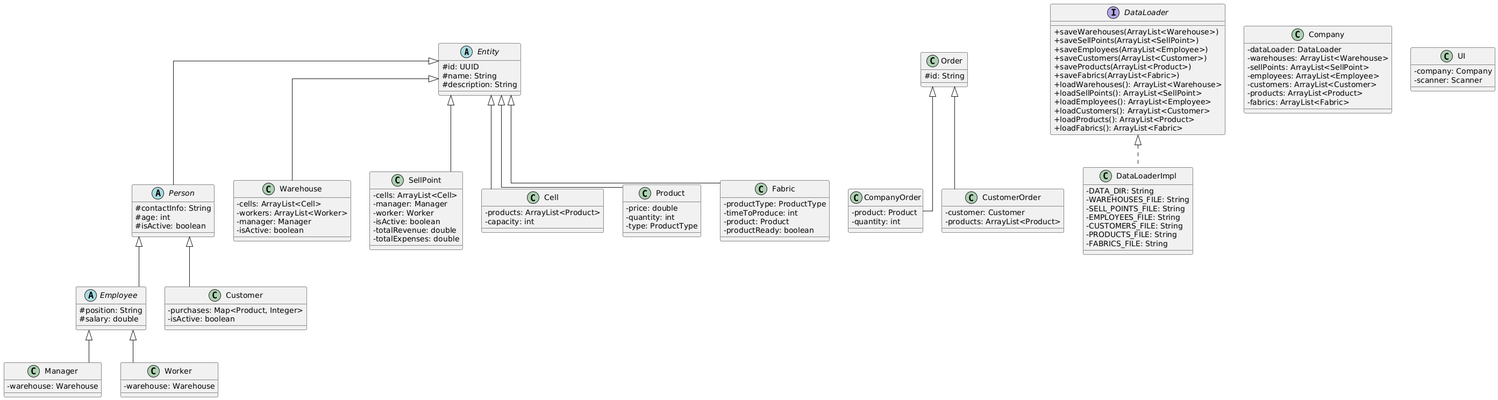
Earlier version of the PlantUML export misc/hierarchy.png (LebGes-classes/second-project-pochtiTolstoy).
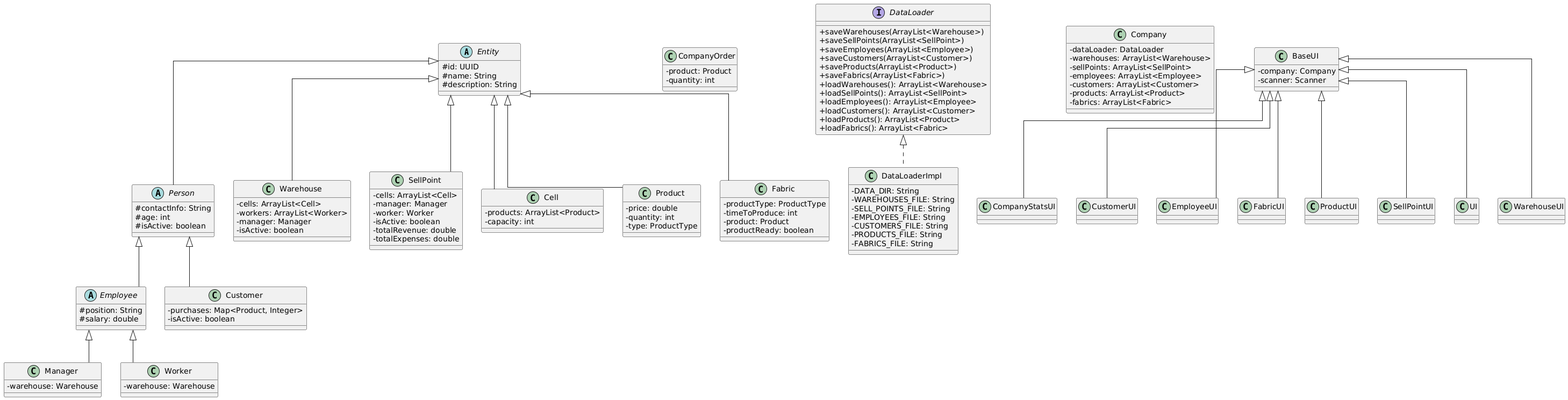
After the commit.

What changed in the source:
```diff
@@ -63,18 +63,9 @@
   - productReady: boolean
 }
 
-class Order {
-  # id: String
-}
-
-class CompanyOrder extends Order {
+class CompanyOrder {
   - product: Product
   - quantity: int
-}
-
-class CustomerOrder extends Order {
-  - customer: Customer
-  - products: ArrayList<Product>
 }
 
 interface DataLoader {
@@ -112,9 +103,33 @@
   - fabrics: ArrayList<Fabric>
 }
 
-class UI {
+class BaseUI {
   - company: Company
   - scanner: Scanner
+}
+
+class CompanyStatsUI extends BaseUI {
+}
+
+class CustomerUI extends BaseUI {
+}
+
+class EmployeeUI extends BaseUI {
+}
+
+class FabricUI extends BaseUI {
+}
+
+class ProductUI extends BaseUI {
+}
+
+class SellPointUI extends BaseUI {
+}
+
+class UI extends BaseUI {
+}
+
+class WarehouseUI extends BaseUI {
 }
 
 skinparam classAttributeIconSize 0
```
